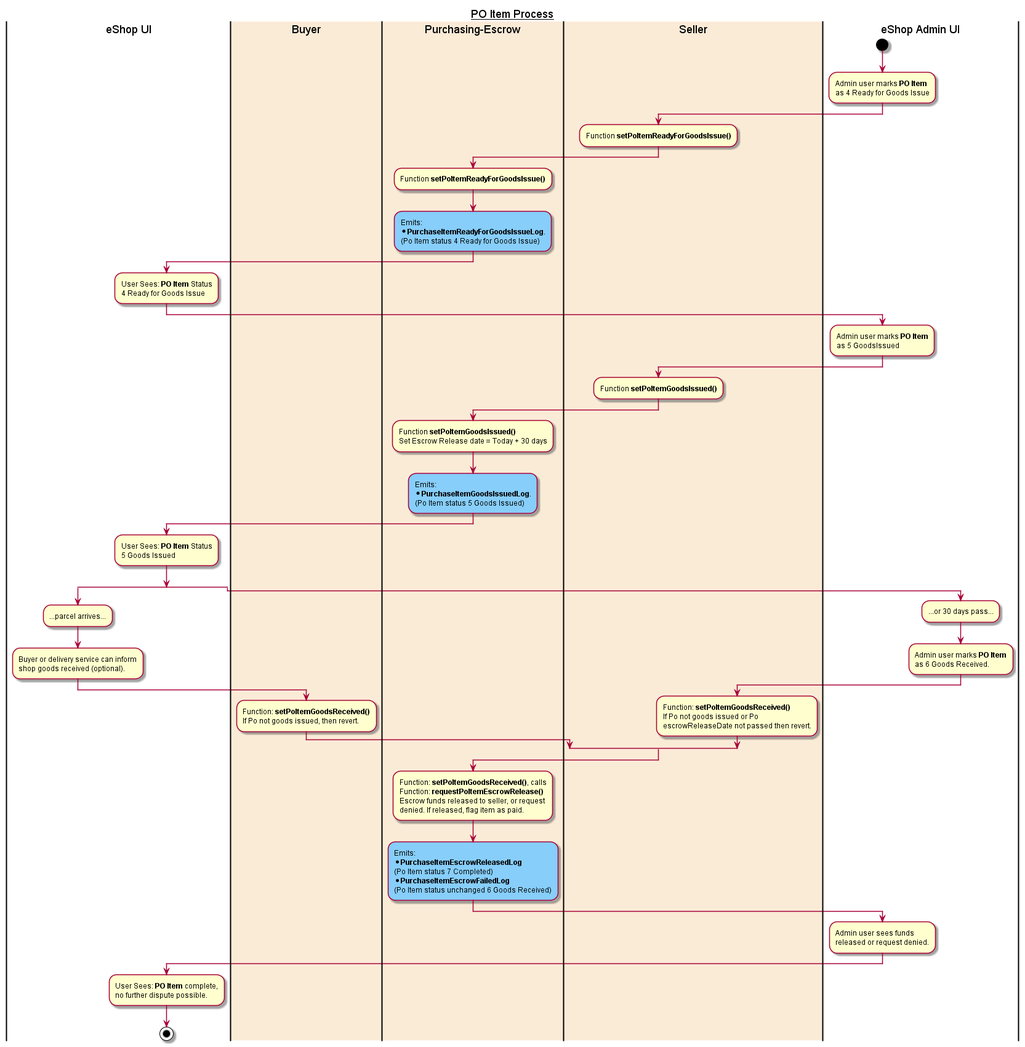
The PlantUML diagram resources/wiki/workflows/po_item_process.png in Nethereum/Nethereum.eShop, before a commit.
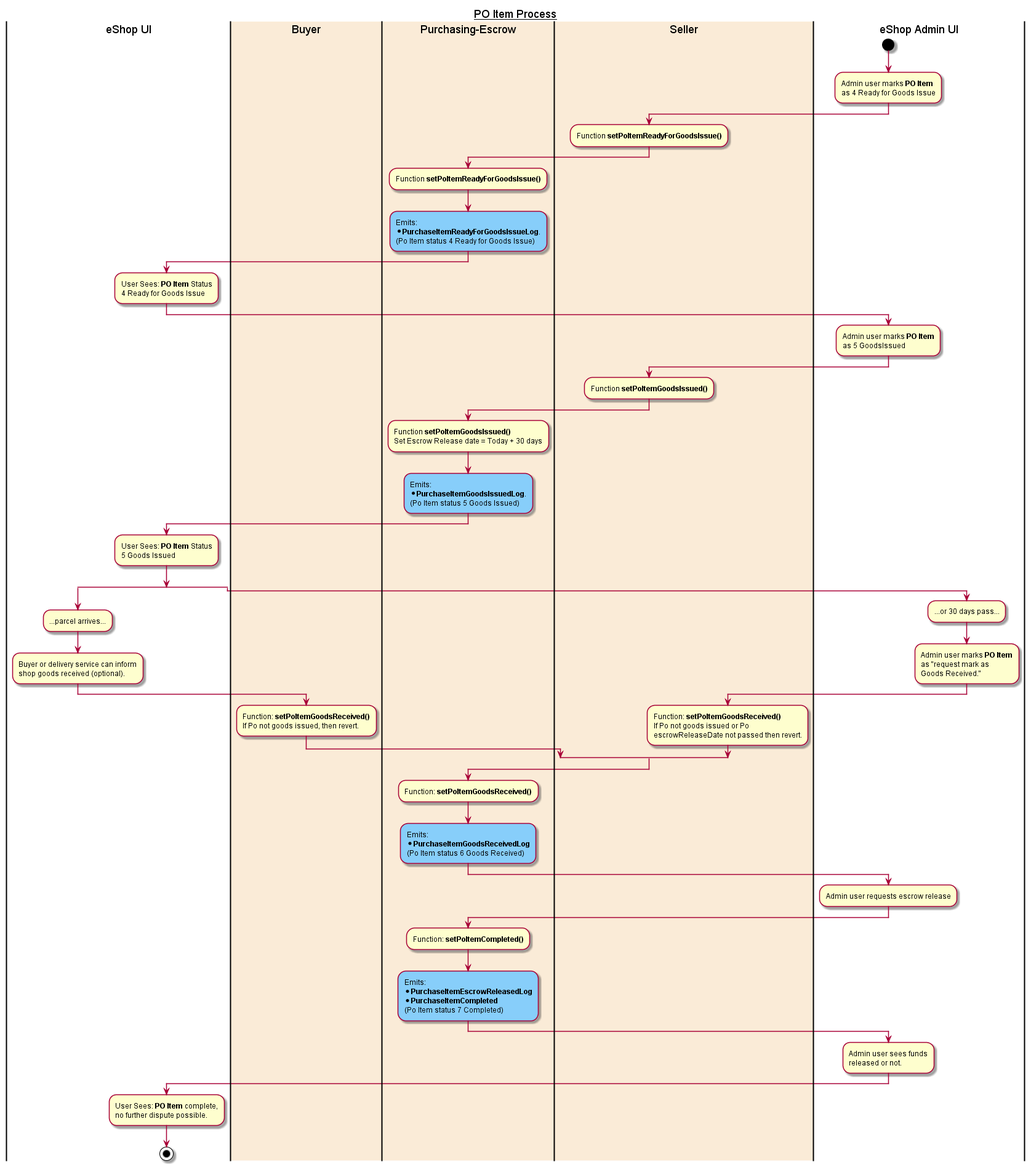
Later version of the same file.

Commit message:
Contract workflows diagrams updated

The edit, as a diff of the source:
```diff
@@ -61,7 +61,8 @@
 
   |eShop Admin UI|
   :Admin user marks **PO Item**
-  as 6 Goods Received.;
+  as "request mark as
+  Goods Received.";
 
   |Seller|
   :Function: **setPoItemGoodsReceived()**
@@ -71,20 +72,24 @@
 endsplit
 
 |Purchasing-Escrow|
-:Function: **setPoItemGoodsReceived()**, calls
-Function: **requestPoItemEscrowRelease()**
-Escrow funds released to seller, or request
-denied. If released, flag item as paid.;
+:Function: **setPoItemGoodsReceived()**;
+#LightSkyBlue:Emits:
+* **PurchaseItemGoodsReceivedLog**
+(Po Item status 6 Goods Received);
 
+|eShop Admin UI|
+:Admin user requests escrow release;
+
+|Purchasing-Escrow|
+:Function: **setPoItemCompleted()**;
 #LightSkyBlue:Emits:
 * **PurchaseItemEscrowReleasedLog**
-(Po Item status 7 Completed)
-* **PurchaseItemEscrowFailedLog**
-(Po Item status unchanged 6 Goods Received);
+* **PurchaseItemCompleted**
+(Po Item status 7 Completed);
 
 |eShop Admin UI|
 :Admin user sees funds
-released or request denied.;
+released or not.;
 
 |eShop UI|
 :User Sees: **PO Item** complete,
```
